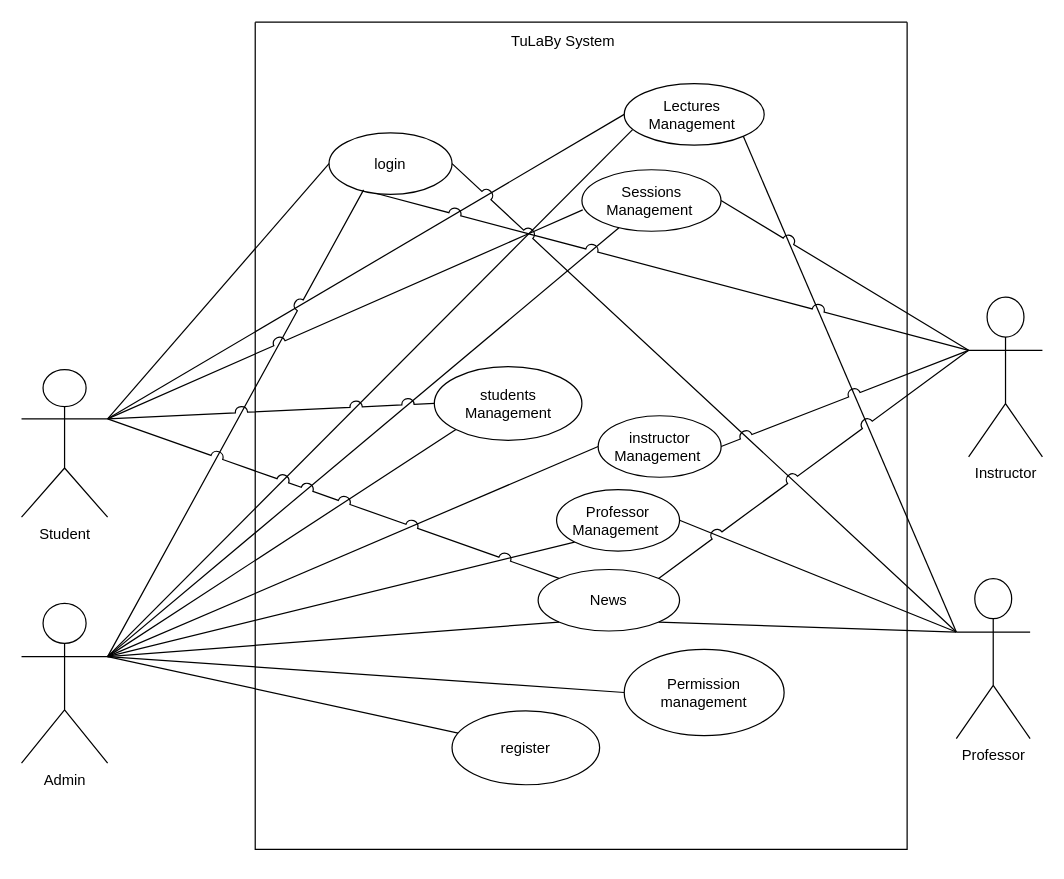
Earlier version of the draw.io diagram Database/UseCases.drawio (TulaBy/Documentation). Source tidied: cells renumbered, new cells numbered last; positions are measured from the earlier drawing's top-left corner, leaving out a move shared by most shapes. Both pictures are drawn from the tidied source at 123%, with x=0, y=0 at pixel (21, 22).
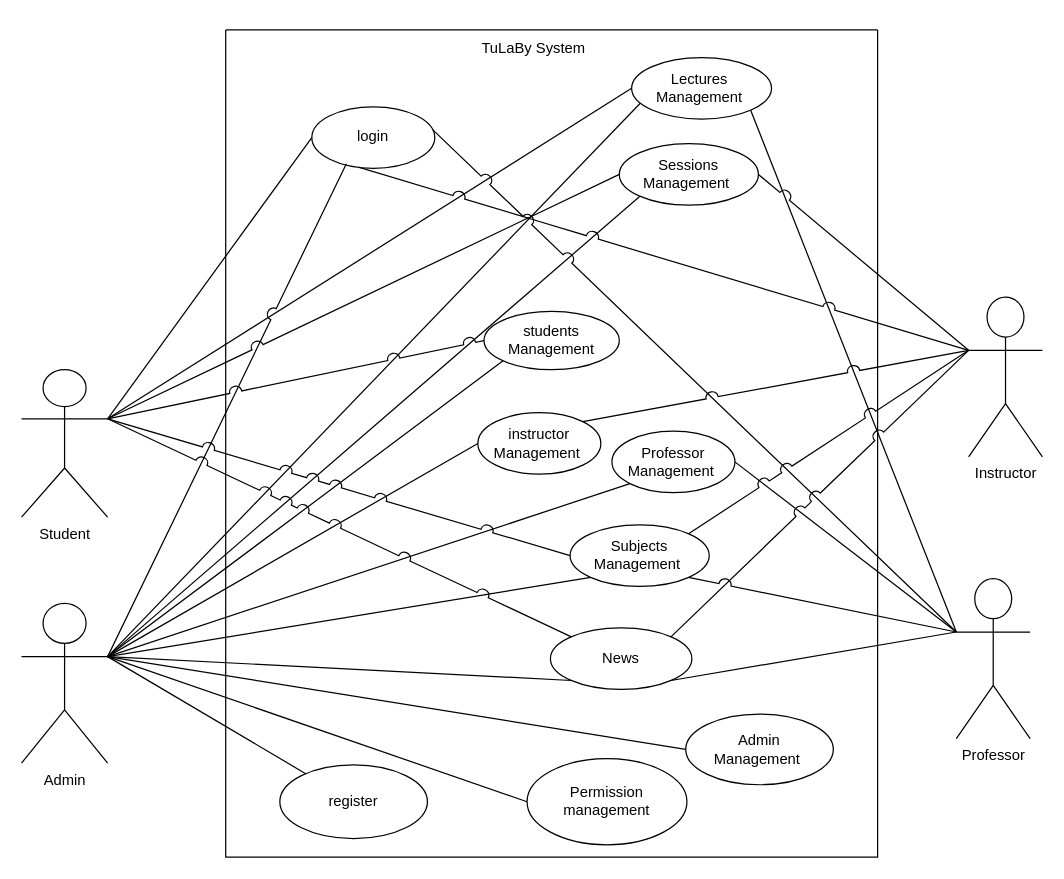
After the change.

Unchanged cells that the change refers to:
```xml
<mxCell id="15" value="Student" style="shape=umlActor;verticalLabelPosition=bottom;verticalAlign=top;html=1;outlineConnect=0;" parent="1" vertex="1">
  <mxGeometry y="282" width="70" height="120" as="geometry" />
</mxCell>
<mxCell id="16" value="Professor" style="shape=umlActor;verticalLabelPosition=bottom;verticalAlign=top;html=1;" parent="1" vertex="1">
  <mxGeometry x="760" y="452" width="60" height="130" as="geometry" />
</mxCell>
<mxCell id="17" value="Admin" style="shape=umlActor;verticalLabelPosition=bottom;verticalAlign=top;html=1;" parent="1" vertex="1">
  <mxGeometry y="472" width="70" height="130" as="geometry" />
</mxCell>
<mxCell id="26" value="Instructor" style="shape=umlActor;verticalLabelPosition=bottom;verticalAlign=top;html=1;" parent="1" vertex="1">
  <mxGeometry x="770" y="223" width="60" height="130" as="geometry" />
</mxCell>
```

Change to the diagram source:
```diff
@@
+    <mxCell id="39" style="endArrow=none;html=1;rounded=0;exitX=1;exitY=0.3333333333333333;exitDx=0;exitDy=0;exitPerimeter=0;entryX=0;entryY=1;entryDx=0;entryDy=0;jumpStyle=none;" parent="1" edge="1" source="17" target="42">
+      <mxGeometry relative="1" as="geometry" />
+    </mxCell>
+    <mxCell id="32" style="endArrow=none;html=1;rounded=0;exitX=1;exitY=0.3333333333333333;exitDx=0;exitDy=0;exitPerimeter=0;entryX=0;entryY=1;entryDx=0;entryDy=0;" parent="1" edge="1" source="17" target="11">
+      <mxGeometry relative="1" as="geometry" />
+    </mxCell>
@@
     <mxCell id="4" style="swimlane;startSize=0;" parent="1" vertex="1">
-      <mxGeometry x="190" y="-0.5" width="530" height="672.5" as="geometry" />
+      <mxGeometry x="166" y="5.8" width="530" height="672.5" as="geometry" />
     </mxCell>
     <mxCell id="5" value="login" style="ellipse;whiteSpace=wrap;html=1;" parent="4" vertex="1">
-      <mxGeometry x="60" y="90" width="100" height="50" as="geometry" />
+      <mxGeometry x="70" y="62.5" width="100" height="50" as="geometry" />
     </mxCell>
     <mxCell id="6" value="&lt;h4&gt;&lt;span style=&quot;font-weight: normal;&quot;&gt;Lectures&amp;nbsp;&lt;br&gt;Management&amp;nbsp;&lt;/span&gt;&lt;/h4&gt;" style="ellipse;whiteSpace=wrap;html=1;" parent="4" vertex="1">
-      <mxGeometry x="300" y="50" width="113.8" height="50" as="geometry" />
+      <mxGeometry x="330" y="22.5" width="113.8" height="50" as="geometry" />
     </mxCell>
     <mxCell id="7" value="students Management" style="ellipse;whiteSpace=wrap;html=1;" parent="4" vertex="1">
-      <mxGeometry x="145.6" y="280" width="120" height="60" as="geometry" />
+      <mxGeometry x="210" y="228.8" width="110" height="47.5" as="geometry" />
     </mxCell>
     <mxCell id="8" value="Permission management" style="ellipse;whiteSpace=wrap;html=1;" parent="4" vertex="1">
-      <mxGeometry x="300" y="510" width="130" height="70" as="geometry" />
+      <mxGeometry x="245" y="592.5" width="130" height="70" as="geometry" />
     </mxCell>
@@
     <mxCell id="10" value="&lt;p&gt;News&lt;/p&gt;" style="ellipse;whiteSpace=wrap;html=1;" parent="4" vertex="1">
-      <mxGeometry x="230" y="445" width="115" height="50" as="geometry" />
+      <mxGeometry x="264" y="486.2" width="115" height="50" as="geometry" />
     </mxCell>
     <mxCell id="11" value="Sessions Management&amp;nbsp;" style="ellipse;whiteSpace=wrap;html=1;align=center;" parent="4" vertex="1">
-      <mxGeometry x="265.6" y="120" width="113.1" height="50" as="geometry" />
+      <mxGeometry x="320" y="92.5" width="113.1" height="50" as="geometry" />
     </mxCell>
     <mxCell id="12" value="register" style="ellipse;whiteSpace=wrap;html=1;" parent="4" vertex="1">
-      <mxGeometry x="160" y="560" width="120" height="60" as="geometry" />
+      <mxGeometry x="44" y="597.5" width="120" height="60" as="geometry" />
     </mxCell>
     <mxCell id="13" value="instructor Management&amp;nbsp;" style="ellipse;whiteSpace=wrap;html=1;" parent="4" vertex="1">
-      <mxGeometry x="278.8" y="320" width="100" height="50" as="geometry" />
+      <mxGeometry x="205" y="311.2" width="100" height="50" as="geometry" />
     </mxCell>
     <mxCell id="14" value="Professor Management&amp;nbsp;" style="ellipse;whiteSpace=wrap;html=1;" parent="4" vertex="1">
-      <mxGeometry x="245" y="380" width="100" height="50" as="geometry" />
+      <mxGeometry x="314" y="326.2" width="100" height="50" as="geometry" />
     </mxCell>
+    <mxCell id="40" value="Admin &lt;br&gt;Management&amp;nbsp;" style="ellipse;whiteSpace=wrap;html=1;" parent="4" vertex="1">
+      <mxGeometry x="374" y="556.2" width="120" height="57.5" as="geometry" />
+    </mxCell>
@@
-    <mxCell id="22" style="endArrow=none;html=1;rounded=0;exitX=1;exitY=0.5;exitDx=0;exitDy=0;entryX=0;entryY=0.3333333333333333;entryDx=0;entryDy=0;entryPerimeter=0;jumpStyle=arc;jumpSize=10;" parent="1" edge="1" source="5" target="16">
+    <mxCell id="22" style="endArrow=none;html=1;rounded=0;entryX=0;entryY=0.3333333333333333;entryDx=0;entryDy=0;entryPerimeter=0;jumpStyle=arc;jumpSize=10;exitX=0.98;exitY=0.368;exitDx=0;exitDy=0;exitPerimeter=0;" parent="1" edge="1" source="5" target="16">
       <mxGeometry relative="1" as="geometry" />
     </mxCell>
@@
-    <mxCell id="28" style="endArrow=none;html=1;rounded=0;exitX=1;exitY=0.3333333333333333;exitDx=0;exitDy=0;exitPerimeter=0;entryX=0.006;entryY=0.653;entryDx=0;entryDy=0;jumpStyle=arc;jumpSize=10;entryPerimeter=0;" parent="1" edge="1" source="15" target="11">
+    <mxCell id="28" style="endArrow=none;html=1;rounded=0;exitX=1;exitY=0.3333333333333333;exitDx=0;exitDy=0;exitPerimeter=0;entryX=0;entryY=0.5;entryDx=0;entryDy=0;jumpStyle=arc;jumpSize=10;" parent="1" edge="1" source="15" target="11">
       <mxGeometry relative="1" as="geometry" />
     </mxCell>
@@
-    <mxCell id="32" style="endArrow=none;html=1;rounded=0;exitX=1;exitY=0.3333333333333333;exitDx=0;exitDy=0;exitPerimeter=0;" parent="1" edge="1" source="17" target="11">
-      <mxGeometry relative="1" as="geometry" />
-    </mxCell>
@@
-    <mxCell id="35" style="endArrow=none;html=1;rounded=0;exitX=1;exitY=0.5;exitDx=0;exitDy=0;entryX=0;entryY=0.3333333333333333;entryDx=0;entryDy=0;entryPerimeter=0;jumpStyle=arc;jumpSize=10;" parent="1" edge="1" source="13" target="26">
+    <mxCell id="35" style="endArrow=none;html=1;rounded=0;exitX=1;exitY=0;exitDx=0;exitDy=0;entryX=0;entryY=0.3333333333333333;entryDx=0;entryDy=0;entryPerimeter=0;jumpStyle=arc;jumpSize=10;" parent="1" edge="1" source="13" target="26">
       <mxGeometry relative="1" as="geometry" />
     </mxCell>
@@
+    <mxCell id="41" style="endArrow=none;html=1;rounded=0;entryX=1;entryY=0.3333333333333333;entryDx=0;entryDy=0;entryPerimeter=0;exitX=0;exitY=0.5;exitDx=0;exitDy=0;" parent="1" edge="1" source="40" target="17">
+      <mxGeometry relative="1" as="geometry" />
+    </mxCell>
+    <mxCell id="42" value="Subjects Management&amp;nbsp;" style="ellipse;whiteSpace=wrap;html=1;align=center;" parent="1" vertex="1">
+      <mxGeometry x="446" y="408.2" width="113.1" height="50" as="geometry" />
+    </mxCell>
+    <mxCell id="43" style="endArrow=none;html=1;rounded=0;exitX=1;exitY=0.3333333333333333;exitDx=0;exitDy=0;exitPerimeter=0;entryX=0;entryY=0.5;entryDx=0;entryDy=0;jumpStyle=arc;jumpSize=10;" parent="1" edge="1" source="15" target="42">
+      <mxGeometry relative="1" as="geometry" />
+    </mxCell>
+    <mxCell id="44" style="endArrow=none;html=1;rounded=0;exitX=1;exitY=0;exitDx=0;exitDy=0;jumpStyle=arc;jumpSize=10;entryX=0;entryY=0.3333333333333333;entryDx=0;entryDy=0;entryPerimeter=0;" parent="1" edge="1" source="42" target="26">
+      <mxGeometry relative="1" as="geometry" />
+    </mxCell>
+    <mxCell id="45" style="endArrow=none;html=1;rounded=0;exitX=1;exitY=1;exitDx=0;exitDy=0;jumpStyle=arc;jumpSize=10;entryX=0;entryY=0.3333333333333333;entryDx=0;entryDy=0;entryPerimeter=0;" parent="1" edge="1" source="42" target="16">
+      <mxGeometry relative="1" as="geometry" />
+    </mxCell>
```
